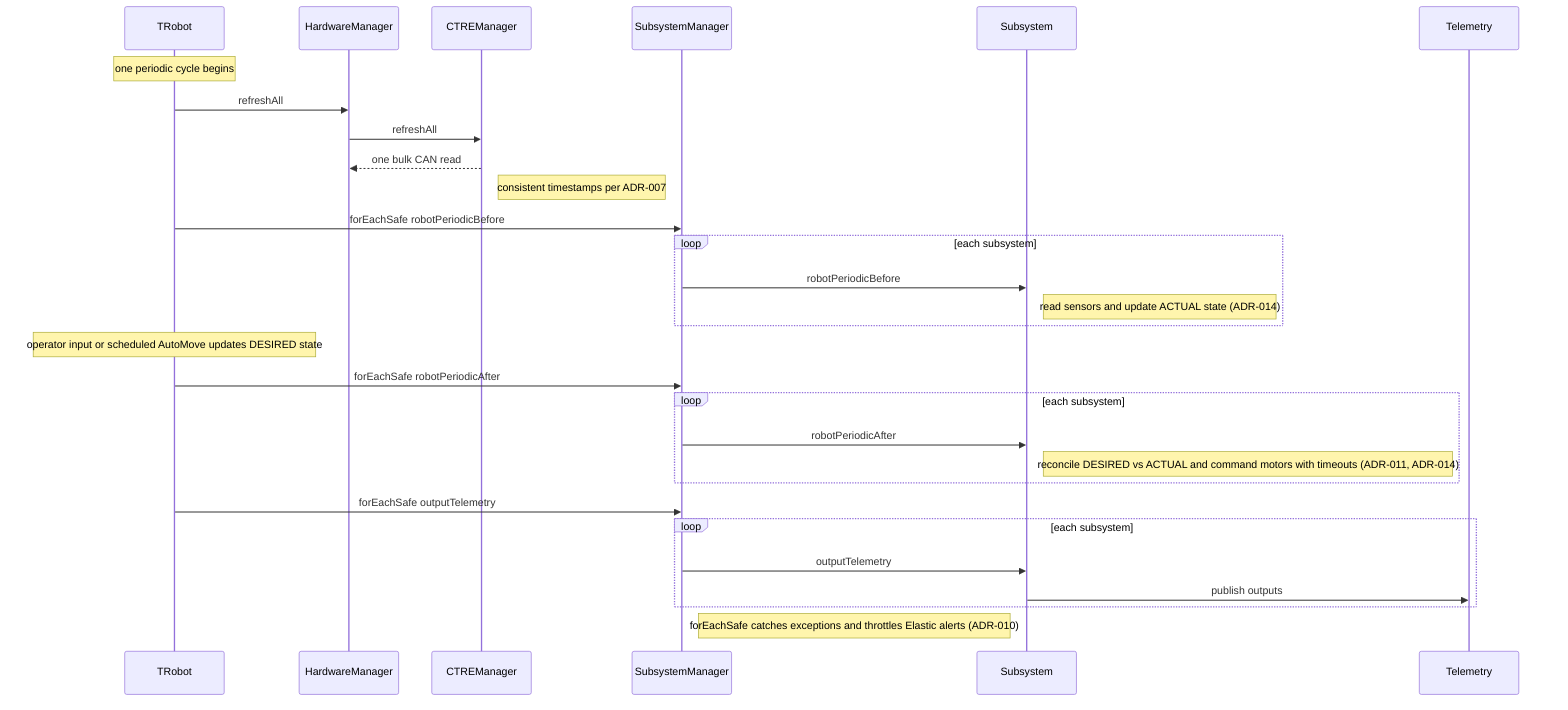
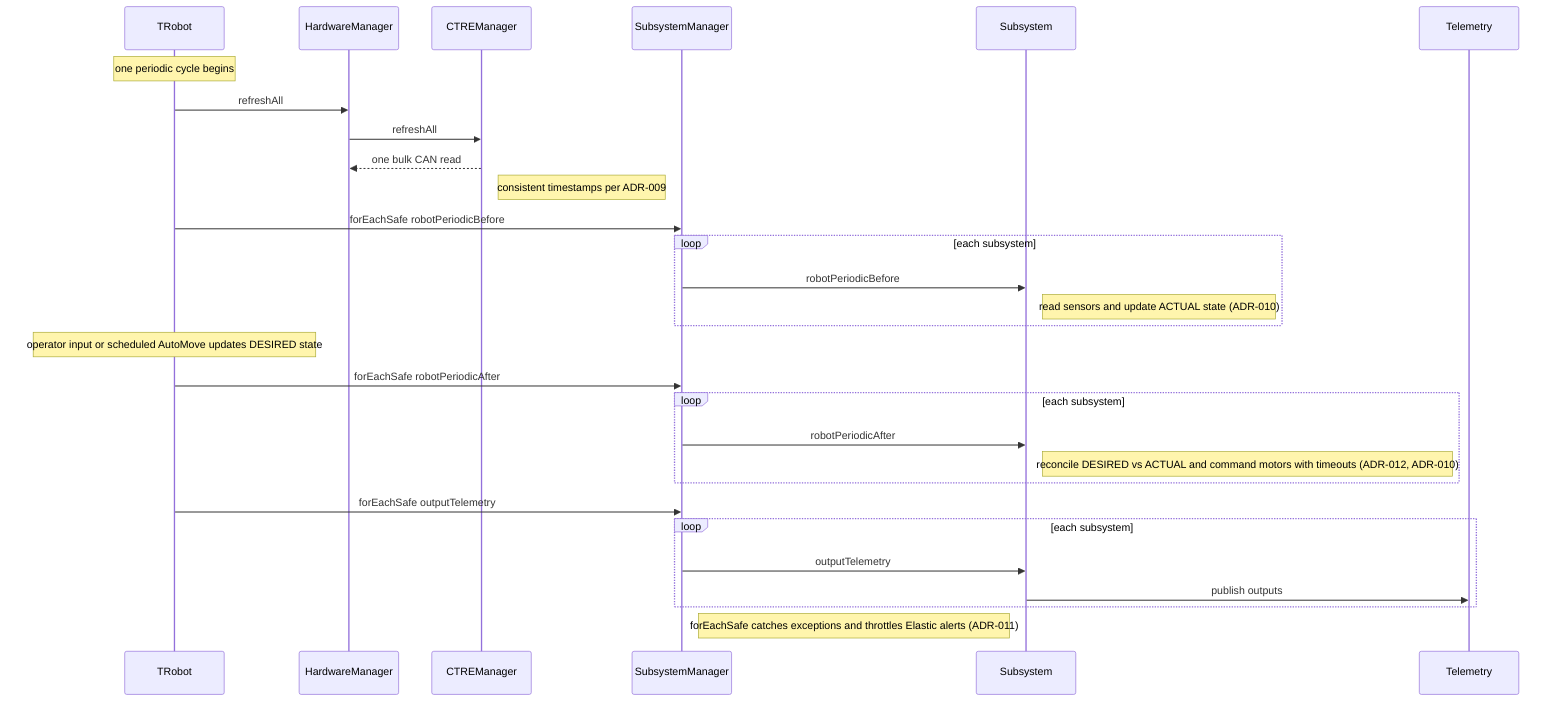
%% Team271-Lib — Periodic Loop Data Flow (one robot cycle)
%% Shows how the library sequences each TimedRobot cycle and where the
%% desired-to-actual state reconciliation happens.
- %% Source of truth: ADR-007 (centralized CAN refresh), ADR-010 (forEachSafe
- %%                  exception isolation), ADR-014 (desired-to-actual pattern)
+ %% Source of truth: ADR-009 (centralized CAN refresh), ADR-011 (forEachSafe
+ %%                  exception isolation), ADR-010 (desired-to-actual pattern)

sequenceDiagram
    participant TRobot
    participant HWMgr as HardwareManager
    participant CTREMgr as CTREManager
    participant SubMgr as SubsystemManager
    participant Sub as Subsystem
    participant NT as Telemetry

    Note over TRobot: one periodic cycle begins
    TRobot->>HWMgr: refreshAll
    HWMgr->>CTREMgr: refreshAll
    CTREMgr-->>HWMgr: one bulk CAN read
-     Note right of CTREMgr: consistent timestamps per ADR-007
+     Note right of CTREMgr: consistent timestamps per ADR-009

    TRobot->>SubMgr: forEachSafe robotPeriodicBefore
    loop each subsystem
        SubMgr->>Sub: robotPeriodicBefore
-         Note right of Sub: read sensors and update ACTUAL state (ADR-014)
+         Note right of Sub: read sensors and update ACTUAL state (ADR-010)
    end

    Note over TRobot: operator input or scheduled AutoMove updates DESIRED state
    TRobot->>SubMgr: forEachSafe robotPeriodicAfter
    loop each subsystem
        SubMgr->>Sub: robotPeriodicAfter
-         Note right of Sub: reconcile DESIRED vs ACTUAL and command motors with timeouts (ADR-011, ADR-014)
+         Note right of Sub: reconcile DESIRED vs ACTUAL and command motors with timeouts (ADR-012, ADR-010)
    end

    TRobot->>SubMgr: forEachSafe outputTelemetry
    loop each subsystem
        SubMgr->>Sub: outputTelemetry
        Sub->>NT: publish outputs
    end
-     Note right of SubMgr: forEachSafe catches exceptions and throttles Elastic alerts (ADR-010)
+     Note right of SubMgr: forEachSafe catches exceptions and throttles Elastic alerts (ADR-011)
